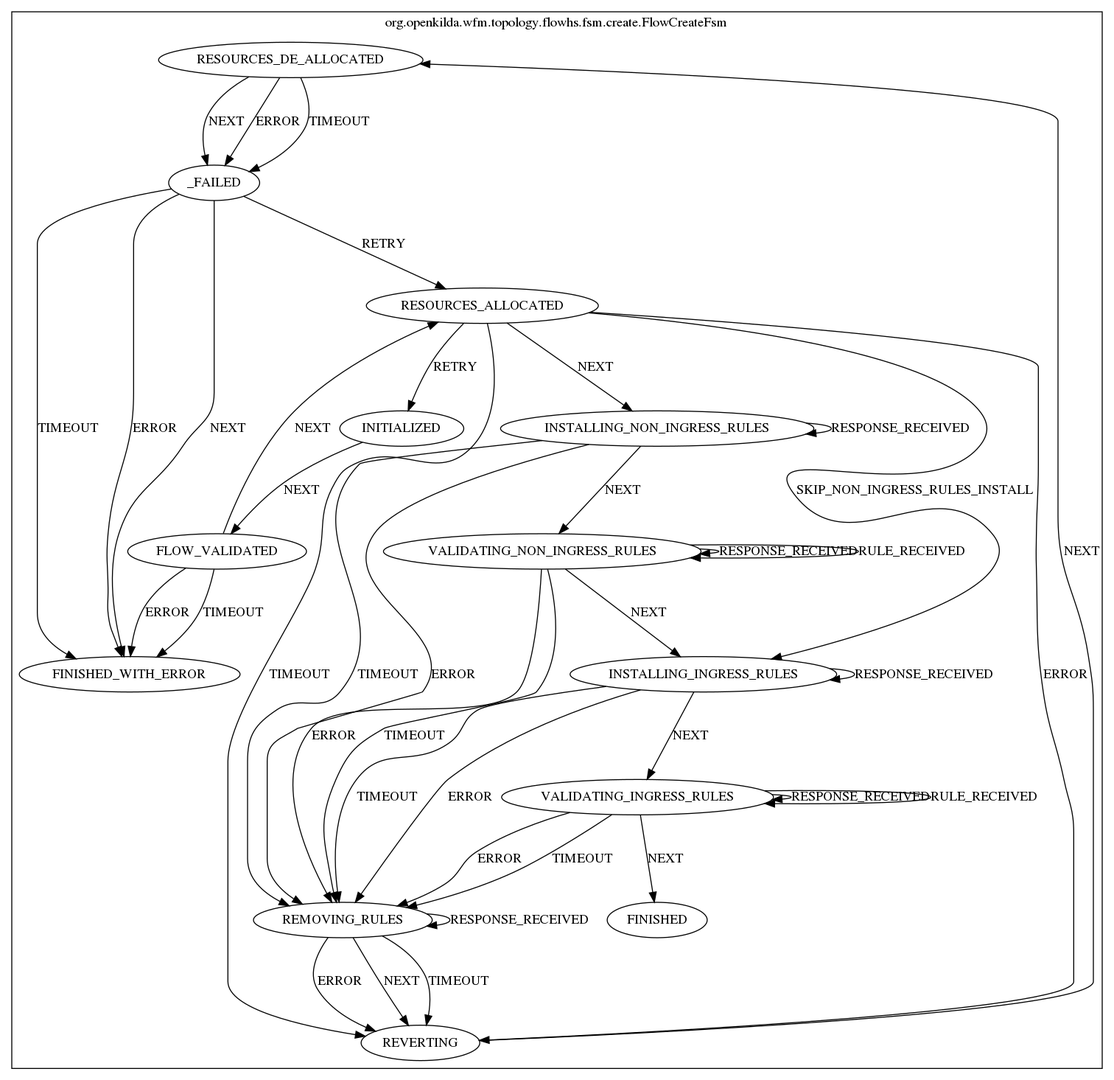
Above: docs/design/hub-and-spoke/crud/create/flow-create-fsm.png in telstra/open-kilda (Graphviz), before the change. Its source is kept beside it as docs/design/hub-and-spoke/crud/create/flow-create-fsm.dot.
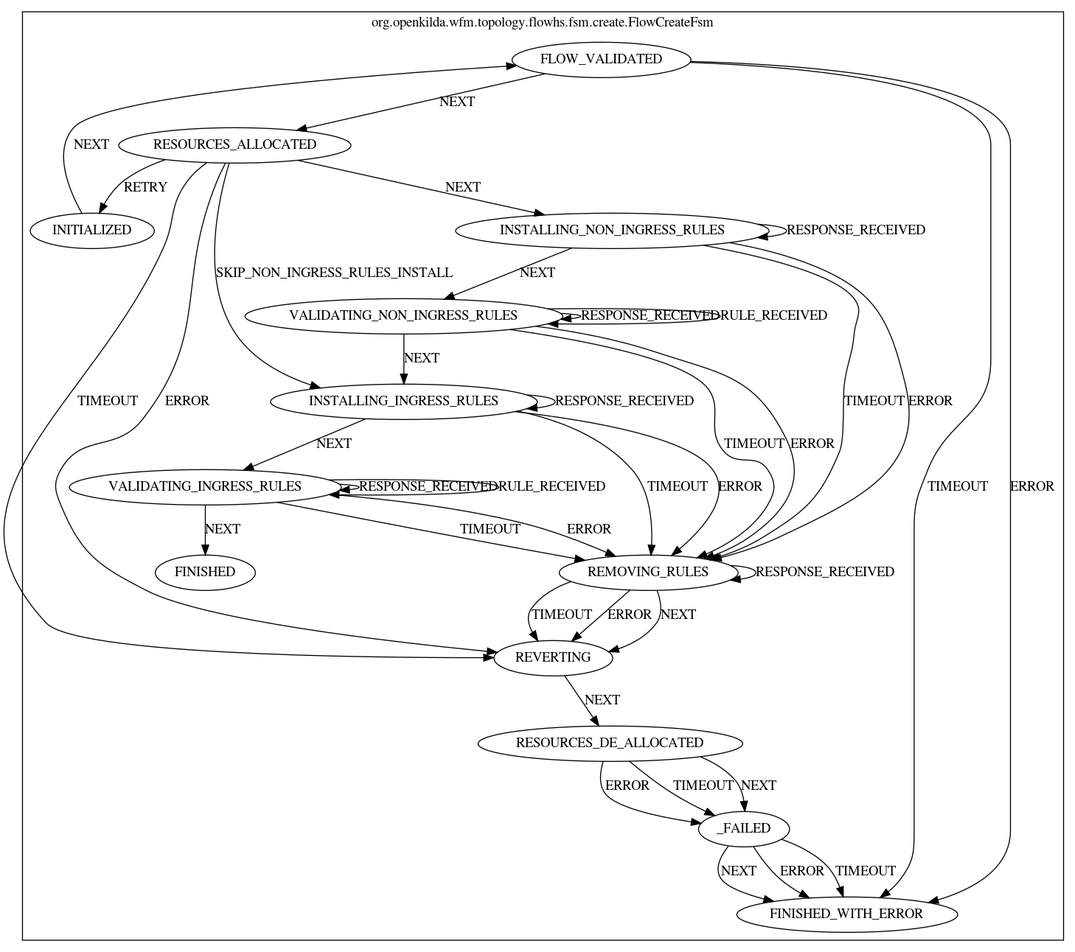
Later version of the same file.

Commit message:
Remove corrupted global retry in flow create FSM

Diff of the diagram source:
```diff
@@ -31,7 +31,6 @@
 VALIDATING_NON_INGRESS_RULES -> REMOVING_RULES [ label="TIMEOUT"];
 VALIDATING_NON_INGRESS_RULES -> REMOVING_RULES [ label="ERROR"];
 _FAILED -> FINISHED_WITH_ERROR [ label="NEXT"];
-_FAILED -> RESOURCES_ALLOCATED [ label="RETRY"];
 _FAILED -> FINISHED_WITH_ERROR [ label="ERROR"];
 _FAILED -> FINISHED_WITH_ERROR [ label="TIMEOUT"];
 VALIDATING_INGRESS_RULES -> VALIDATING_INGRESS_RULES [ label="RESPONSE_RECEIVED"];
```
